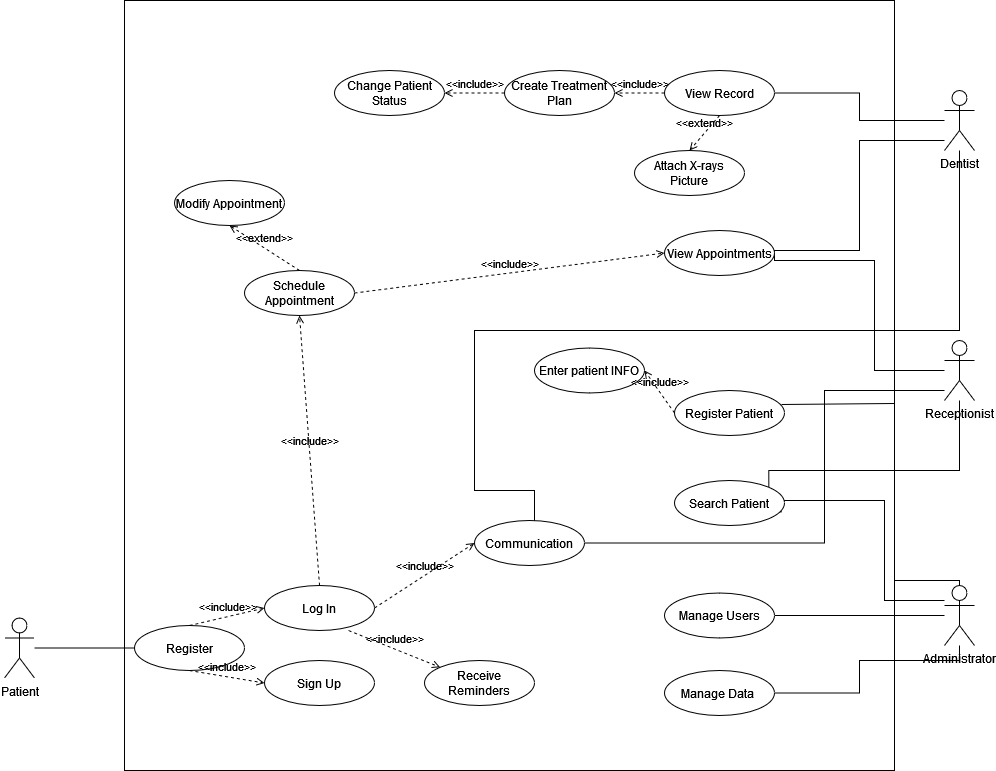
The draw.io diagram UML.drawio.png in MohamedIsa/Dental-Clinic-System, before a commit. Source tidied: cells renumbered, new cells last; positions are measured from the earlier drawing's top-left corner, leaving out a move shared by most shapes.
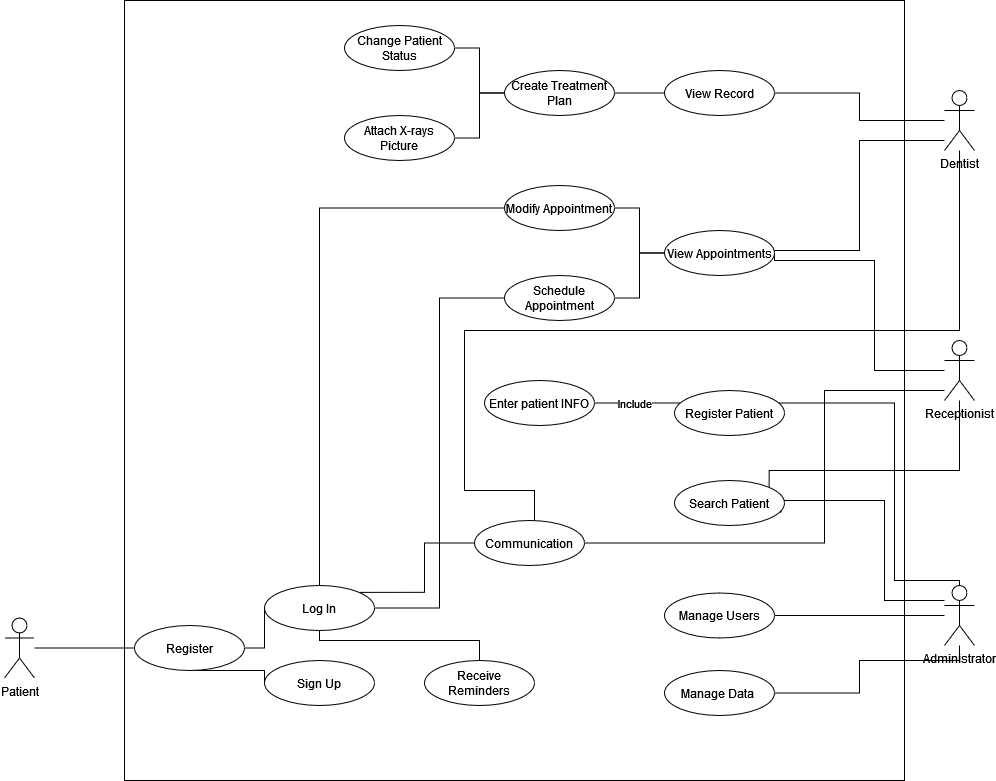
Above is the later version.

What changed in the source:
```diff
@@ -3,7 +3,7 @@
     <mxCell id="0" />
     <mxCell id="1" parent="0" />
     <mxCell id="2" style="whiteSpace=wrap;html=1;" parent="1" vertex="1">
-      <mxGeometry x="120" width="770" height="770" as="geometry" />
+      <mxGeometry x="120" width="780" height="780" as="geometry" />
     </mxCell>
     <mxCell id="3" style="rounded=0;jettySize=auto;html=1;entryX=1;entryY=0.5;entryDx=0;entryDy=0;edgeStyle=orthogonalEdgeStyle;endArrow=none;endFill=0;" parent="1" edge="1" source="6" target="18">
       <mxGeometry relative="1" as="geometry" />
@@ -21,8 +21,8 @@
       <mxGeometry relative="1" as="geometry">
         <Array as="points">
           <mxPoint x="955" y="330" />
-          <mxPoint x="470" y="330" />
-          <mxPoint x="470" y="490" />
+          <mxPoint x="460" y="330" />
+          <mxPoint x="460" y="490" />
           <mxPoint x="530" y="490" />
           <mxPoint x="530" y="543" />
         </Array>
@@ -86,7 +86,7 @@
         </Array>
       </mxGeometry>
     </mxCell>
-    <mxCell id="14" style="edgeStyle=orthogonalEdgeStyle;shape=connector;rounded=0;jettySize=auto;html=1;entryX=0.973;entryY=0.311;entryDx=0;entryDy=0;labelBackgroundColor=default;strokeColor=default;fontFamily=Helvetica;fontSize=11;fontColor=default;endArrow=none;endFill=0;entryPerimeter=0;" parent="1" edge="1" source="15" target="28">
+    <mxCell id="14" style="edgeStyle=orthogonalEdgeStyle;shape=connector;rounded=0;jettySize=auto;html=1;entryX=1;entryY=0.5;entryDx=0;entryDy=0;labelBackgroundColor=default;strokeColor=default;fontFamily=Helvetica;fontSize=11;fontColor=default;endArrow=none;endFill=0;" parent="1" edge="1" source="15" target="26">
       <mxGeometry relative="1" as="geometry">
         <Array as="points">
           <mxPoint x="955" y="580" />
@@ -95,6 +95,9 @@
         </Array>
       </mxGeometry>
     </mxCell>
+    <mxCell id="46" value="Include" style="edgeLabel;html=1;align=center;verticalAlign=middle;fontSize=11;fontFamily=Helvetica;fontColor=default;" parent="14" vertex="1">
+      <mxGeometry x="0.86" relative="1" as="geometry" />
+    </mxCell>
     <mxCell id="15" value="Administrator" style="shape=umlActor;verticalLabelPosition=bottom;verticalAlign=top;html=1;outlineConnect=0;" parent="1" vertex="1">
       <mxGeometry x="940" y="585" width="30" height="60" as="geometry" />
     </mxCell>
@@ -104,32 +107,47 @@
     <mxCell id="17" value="Patient" style="shape=umlActor;verticalLabelPosition=bottom;verticalAlign=top;html=1;outlineConnect=0;" parent="1" vertex="1">
       <mxGeometry y="617.5" width="30" height="60" as="geometry" />
     </mxCell>
+    <mxCell id="35" style="edgeStyle=orthogonalEdgeStyle;shape=connector;rounded=0;jettySize=auto;html=1;exitX=0;exitY=0.5;exitDx=0;exitDy=0;entryX=1;entryY=0.5;entryDx=0;entryDy=0;labelBackgroundColor=default;strokeColor=default;fontFamily=Helvetica;fontSize=11;fontColor=default;endArrow=none;endFill=0;" parent="1" edge="1" source="18" target="19">
+      <mxGeometry relative="1" as="geometry" />
+    </mxCell>
     <mxCell id="18" value="View Record" style="ellipse;whiteSpace=wrap;html=1;" parent="1" vertex="1">
       <mxGeometry x="660" y="70" width="110" height="45" as="geometry" />
     </mxCell>
+    <mxCell id="37" style="edgeStyle=orthogonalEdgeStyle;shape=connector;rounded=0;jettySize=auto;html=1;exitX=0;exitY=0.5;exitDx=0;exitDy=0;labelBackgroundColor=default;strokeColor=default;fontFamily=Helvetica;fontSize=11;fontColor=default;endArrow=none;endFill=0;" parent="1" edge="1" source="19" target="22">
+      <mxGeometry relative="1" as="geometry" />
+    </mxCell>
+    <mxCell id="47" style="edgeStyle=orthogonalEdgeStyle;shape=connector;rounded=0;jettySize=auto;html=1;exitX=0;exitY=0.5;exitDx=0;exitDy=0;entryX=1;entryY=0.5;entryDx=0;entryDy=0;labelBackgroundColor=default;strokeColor=default;fontFamily=Helvetica;fontSize=11;fontColor=default;endArrow=none;endFill=0;" parent="1" edge="1" source="19" target="21">
+      <mxGeometry relative="1" as="geometry" />
+    </mxCell>
     <mxCell id="19" value="Create Treatment Plan" style="ellipse;whiteSpace=wrap;html=1;" parent="1" vertex="1">
       <mxGeometry x="500" y="70" width="110" height="45" as="geometry" />
     </mxCell>
+    <mxCell id="48" style="edgeStyle=orthogonalEdgeStyle;shape=connector;rounded=0;jettySize=auto;html=1;exitX=0;exitY=0.5;exitDx=0;exitDy=0;entryX=1;entryY=0.5;entryDx=0;entryDy=0;labelBackgroundColor=default;strokeColor=default;fontFamily=Helvetica;fontSize=11;fontColor=default;endArrow=none;endFill=0;" parent="1" edge="1" source="20" target="23">
+      <mxGeometry relative="1" as="geometry" />
+    </mxCell>
+    <mxCell id="49" style="edgeStyle=orthogonalEdgeStyle;shape=connector;rounded=0;jettySize=auto;html=1;entryX=1;entryY=0.5;entryDx=0;entryDy=0;labelBackgroundColor=default;strokeColor=default;fontFamily=Helvetica;fontSize=11;fontColor=default;endArrow=none;endFill=0;" parent="1" edge="1" source="20" target="24">
+      <mxGeometry relative="1" as="geometry" />
+    </mxCell>
     <mxCell id="20" value="View Appointments" style="ellipse;whiteSpace=wrap;html=1;" parent="1" vertex="1">
       <mxGeometry x="660" y="230" width="110" height="45" as="geometry" />
     </mxCell>
     <mxCell id="21" value="Attach X-rays Picture" style="ellipse;whiteSpace=wrap;html=1;" parent="1" vertex="1">
-      <mxGeometry x="630" y="150" width="110" height="45" as="geometry" />
+      <mxGeometry x="340" y="115" width="110" height="45" as="geometry" />
     </mxCell>
     <mxCell id="22" value="Change Patient Status" style="ellipse;whiteSpace=wrap;html=1;" parent="1" vertex="1">
-      <mxGeometry x="330" y="70" width="110" height="45" as="geometry" />
+      <mxGeometry x="340" y="25" width="110" height="45" as="geometry" />
     </mxCell>
     <mxCell id="23" value="Modify Appointment" style="ellipse;whiteSpace=wrap;html=1;" parent="1" vertex="1">
-      <mxGeometry x="170" y="180" width="110" height="45" as="geometry" />
+      <mxGeometry x="500" y="185" width="110" height="45" as="geometry" />
     </mxCell>
     <mxCell id="24" value="Schedule Appointment" style="ellipse;whiteSpace=wrap;html=1;" parent="1" vertex="1">
-      <mxGeometry x="240" y="270" width="110" height="45" as="geometry" />
+      <mxGeometry x="500" y="275" width="110" height="45" as="geometry" />
     </mxCell>
     <mxCell id="25" value="Manage Users" style="ellipse;whiteSpace=wrap;html=1;" parent="1" vertex="1">
       <mxGeometry x="660" y="592.5" width="110" height="45" as="geometry" />
     </mxCell>
     <mxCell id="26" value="Enter patient INFO" style="ellipse;whiteSpace=wrap;html=1;" parent="1" vertex="1">
-      <mxGeometry x="530" y="347.5" width="110" height="45" as="geometry" />
+      <mxGeometry x="480" y="380" width="110" height="45" as="geometry" />
     </mxCell>
     <mxCell id="27" value="Manage Data&amp;nbsp;" style="ellipse;whiteSpace=wrap;html=1;" parent="1" vertex="1">
       <mxGeometry x="660" y="670" width="110" height="45" as="geometry" />
@@ -140,12 +158,43 @@
     <mxCell id="29" value="Search Patient" style="ellipse;whiteSpace=wrap;html=1;" parent="1" vertex="1">
       <mxGeometry x="670" y="480" width="110" height="45" as="geometry" />
     </mxCell>
+    <mxCell id="41" style="edgeStyle=orthogonalEdgeStyle;shape=connector;rounded=0;jettySize=auto;html=1;entryX=0;entryY=0.5;entryDx=0;entryDy=0;labelBackgroundColor=default;strokeColor=default;fontFamily=Helvetica;fontSize=11;fontColor=default;endArrow=none;endFill=0;" parent="1" edge="1" source="30" target="32">
+      <mxGeometry relative="1" as="geometry" />
+    </mxCell>
+    <mxCell id="42" style="edgeStyle=orthogonalEdgeStyle;shape=connector;rounded=0;jettySize=auto;html=1;entryX=0;entryY=0.5;entryDx=0;entryDy=0;labelBackgroundColor=default;strokeColor=default;fontFamily=Helvetica;fontSize=11;fontColor=default;endArrow=none;endFill=0;" parent="1" edge="1" source="30" target="31">
+      <mxGeometry relative="1" as="geometry">
+        <Array as="points">
+          <mxPoint x="260" y="670" />
+        </Array>
+      </mxGeometry>
+    </mxCell>
     <mxCell id="30" value="Register" style="ellipse;whiteSpace=wrap;html=1;" parent="1" vertex="1">
       <mxGeometry x="130" y="625" width="110" height="45" as="geometry" />
     </mxCell>
     <mxCell id="31" value="Sign Up" style="ellipse;whiteSpace=wrap;html=1;" parent="1" vertex="1">
       <mxGeometry x="260" y="660" width="110" height="45" as="geometry" />
     </mxCell>
+    <mxCell id="38" style="edgeStyle=orthogonalEdgeStyle;shape=connector;rounded=0;jettySize=auto;html=1;entryX=0;entryY=0.5;entryDx=0;entryDy=0;labelBackgroundColor=default;strokeColor=default;fontFamily=Helvetica;fontSize=11;fontColor=default;endArrow=none;endFill=0;" parent="1" edge="1" source="32" target="24">
+      <mxGeometry relative="1" as="geometry" />
+    </mxCell>
+    <mxCell id="50" style="edgeStyle=orthogonalEdgeStyle;shape=connector;rounded=0;jettySize=auto;html=1;entryX=0;entryY=0.5;entryDx=0;entryDy=0;labelBackgroundColor=default;strokeColor=default;fontFamily=Helvetica;fontSize=11;fontColor=default;endArrow=none;endFill=0;" parent="1" edge="1" source="32" target="23">
+      <mxGeometry relative="1" as="geometry">
+        <Array as="points">
+          <mxPoint x="315" y="207" />
+        </Array>
+      </mxGeometry>
+    </mxCell>
+    <mxCell id="39" style="edgeStyle=orthogonalEdgeStyle;shape=connector;rounded=0;jettySize=auto;html=1;exitX=0.5;exitY=1;exitDx=0;exitDy=0;labelBackgroundColor=default;strokeColor=default;fontFamily=Helvetica;fontSize=11;fontColor=default;endArrow=none;endFill=0;" parent="1" edge="1" source="32" target="33">
+      <mxGeometry relative="1" as="geometry">
+        <Array as="points">
+          <mxPoint x="315" y="640" />
+          <mxPoint x="475" y="640" />
+        </Array>
+      </mxGeometry>
+    </mxCell>
+    <mxCell id="40" style="edgeStyle=orthogonalEdgeStyle;shape=connector;rounded=0;jettySize=auto;html=1;exitX=1;exitY=0;exitDx=0;exitDy=0;entryX=0;entryY=0.5;entryDx=0;entryDy=0;labelBackgroundColor=default;strokeColor=default;fontFamily=Helvetica;fontSize=11;fontColor=default;endArrow=none;endFill=0;" parent="1" edge="1" source="32" target="34">
+      <mxGeometry relative="1" as="geometry" />
+    </mxCell>
     <mxCell id="32" value="Log In" style="ellipse;whiteSpace=wrap;html=1;" parent="1" vertex="1">
       <mxGeometry x="260" y="585" width="110" height="45" as="geometry" />
     </mxCell>
@@ -155,38 +204,5 @@
     <mxCell id="34" value="Communication" style="ellipse;whiteSpace=wrap;html=1;" parent="1" vertex="1">
       <mxGeometry x="470" y="520" width="110" height="45" as="geometry" />
     </mxCell>
-    <mxCell id="35" value="&amp;lt;&amp;lt;include&amp;gt;&amp;gt;" style="html=1;verticalAlign=bottom;labelBackgroundColor=none;endArrow=open;endFill=0;dashed=1;rounded=0;exitX=0;exitY=0.5;exitDx=0;exitDy=0;entryX=1;entryY=0.5;entryDx=0;entryDy=0;" parent="1" edge="1" source="18" target="19">
-      <mxGeometry relative="1" as="geometry" />
-    </mxCell>
-    <mxCell id="36" value="&amp;lt;&amp;lt;extend&amp;gt;&amp;gt;" style="html=1;verticalAlign=bottom;labelBackgroundColor=none;endArrow=open;endFill=0;dashed=1;rounded=0;entryX=0.5;entryY=0;entryDx=0;entryDy=0;exitX=0.5;exitY=1;exitDx=0;exitDy=0;" parent="1" edge="1" source="18" target="21">
-      <mxGeometry relative="1" as="geometry" />
-    </mxCell>
-    <mxCell id="37" value="&amp;lt;&amp;lt;include&amp;gt;&amp;gt;" style="html=1;verticalAlign=bottom;labelBackgroundColor=none;endArrow=open;endFill=0;dashed=1;rounded=0;exitX=0;exitY=0.5;exitDx=0;exitDy=0;entryX=1;entryY=0.5;entryDx=0;entryDy=0;" parent="1" edge="1" source="19" target="22">
-      <mxGeometry relative="1" as="geometry" />
-    </mxCell>
-    <mxCell id="38" value="&amp;lt;&amp;lt;include&amp;gt;&amp;gt;" style="html=1;verticalAlign=bottom;labelBackgroundColor=none;endArrow=open;endFill=0;dashed=1;rounded=0;exitX=0.5;exitY=0;exitDx=0;exitDy=0;entryX=0.5;entryY=1;entryDx=0;entryDy=0;" parent="1" edge="1" source="32" target="24">
-      <mxGeometry relative="1" as="geometry" />
-    </mxCell>
-    <mxCell id="39" value="&amp;lt;&amp;lt;include&amp;gt;&amp;gt;" style="html=1;verticalAlign=bottom;labelBackgroundColor=none;endArrow=open;endFill=0;dashed=1;rounded=0;exitX=0.764;exitY=1;exitDx=0;exitDy=0;entryX=0;entryY=0;entryDx=0;entryDy=0;exitPerimeter=0;" parent="1" edge="1" source="32" target="33">
-      <mxGeometry relative="1" as="geometry" />
-    </mxCell>
-    <mxCell id="40" value="&amp;lt;&amp;lt;include&amp;gt;&amp;gt;" style="html=1;verticalAlign=bottom;labelBackgroundColor=none;endArrow=open;endFill=0;dashed=1;rounded=0;exitX=1;exitY=0.5;exitDx=0;exitDy=0;entryX=0;entryY=0.5;entryDx=0;entryDy=0;" parent="1" edge="1" source="32" target="34">
-      <mxGeometry relative="1" as="geometry" />
-    </mxCell>
-    <mxCell id="41" value="&amp;lt;&amp;lt;include&amp;gt;&amp;gt;" style="html=1;verticalAlign=bottom;labelBackgroundColor=none;endArrow=open;endFill=0;dashed=1;rounded=0;exitX=0.5;exitY=0;exitDx=0;exitDy=0;entryX=0;entryY=0.5;entryDx=0;entryDy=0;" parent="1" edge="1" source="30" target="32">
-      <mxGeometry relative="1" as="geometry" />
-    </mxCell>
-    <mxCell id="42" value="&amp;lt;&amp;lt;include&amp;gt;&amp;gt;" style="html=1;verticalAlign=bottom;labelBackgroundColor=none;endArrow=open;endFill=0;dashed=1;rounded=0;exitX=0.5;exitY=1;exitDx=0;exitDy=0;entryX=0;entryY=0.5;entryDx=0;entryDy=0;" parent="1" edge="1" source="30" target="31">
-      <mxGeometry relative="1" as="geometry" />
-    </mxCell>
-    <mxCell id="43" value="&amp;lt;&amp;lt;include&amp;gt;&amp;gt;" style="html=1;verticalAlign=bottom;labelBackgroundColor=none;endArrow=open;endFill=0;dashed=1;rounded=0;exitX=0;exitY=0.5;exitDx=0;exitDy=0;entryX=1;entryY=0.5;entryDx=0;entryDy=0;" parent="1" edge="1" source="28" target="26">
-      <mxGeometry relative="1" as="geometry" />
-    </mxCell>
-    <mxCell id="44" value="&amp;lt;&amp;lt;include&amp;gt;&amp;gt;" style="html=1;verticalAlign=bottom;labelBackgroundColor=none;endArrow=open;endFill=0;dashed=1;rounded=0;exitX=1;exitY=0.5;exitDx=0;exitDy=0;entryX=0;entryY=0.5;entryDx=0;entryDy=0;" parent="1" edge="1" source="24" target="20">
-      <mxGeometry relative="1" as="geometry" />
-    </mxCell>
-    <mxCell id="45" value="&amp;lt;&amp;lt;extend&amp;gt;&amp;gt;" style="html=1;verticalAlign=bottom;labelBackgroundColor=none;endArrow=open;endFill=0;dashed=1;rounded=0;entryX=0.5;entryY=1;entryDx=0;entryDy=0;exitX=0.5;exitY=0;exitDx=0;exitDy=0;" parent="1" edge="1" source="24" target="23">
-      <mxGeometry relative="1" as="geometry" />
-    </mxCell>
   </root>
 </mxGraphModel>
```
